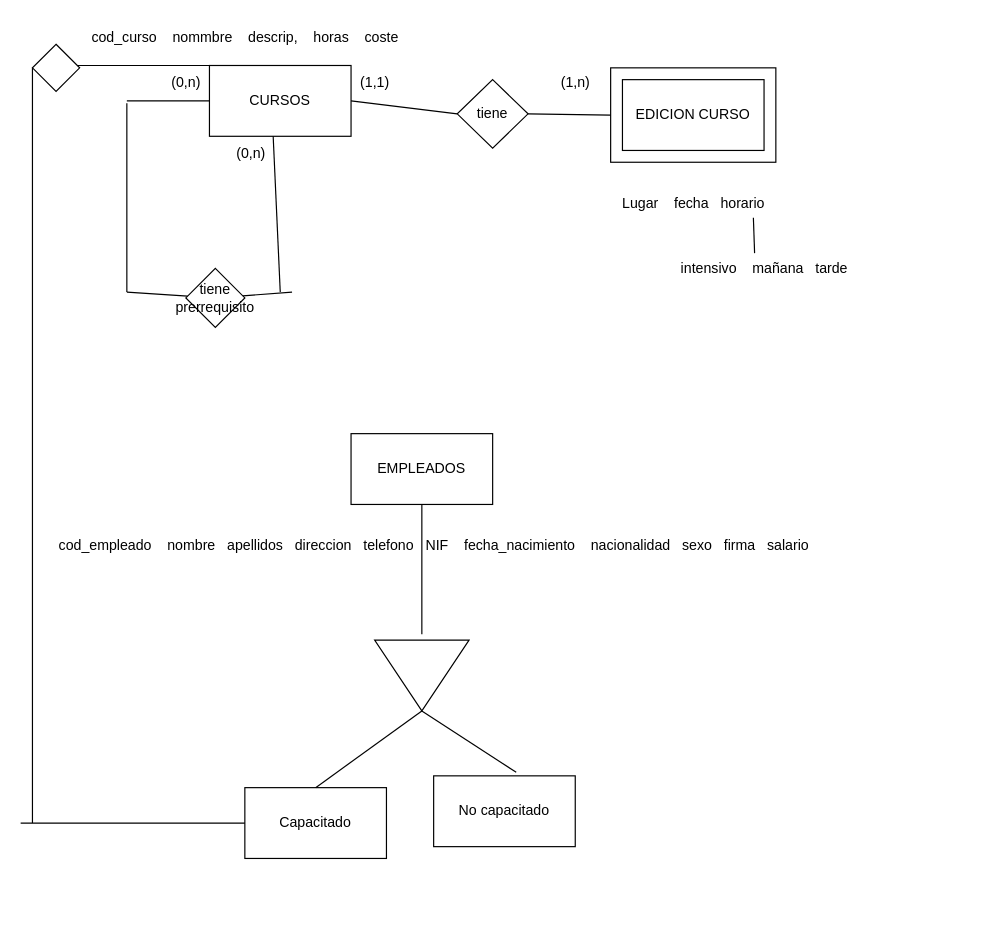
Earlier version of the draw.io diagram 2.19.drawio (rubensp2811/BBDD). Source tidied: cells renumbered, new cells numbered last; positions are measured from the earlier drawing's top-left corner, leaving out a move shared by most shapes. Both pictures are drawn from the tidied source at 118%, with x=0, y=0 at pixel (20, 20).
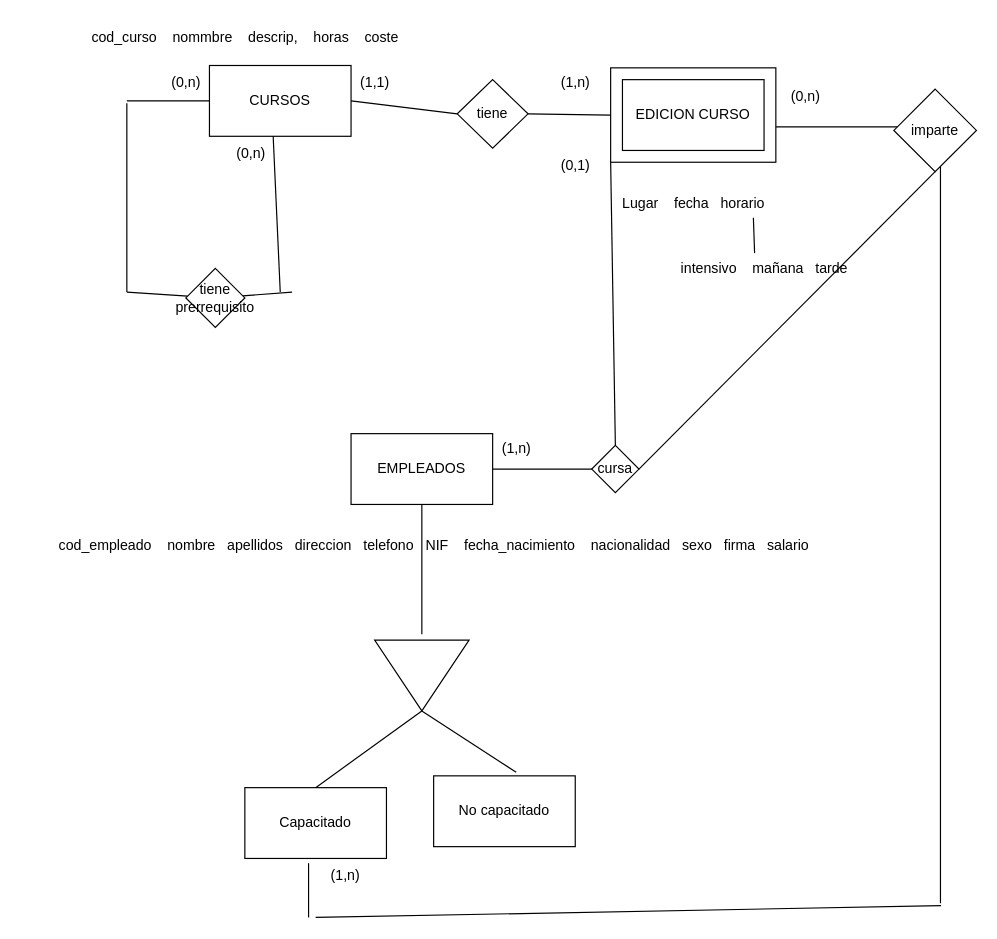
The same diagram, later.

The change refers to these unchanged cells:
```xml
<mxCell id="2" value="CURSOS" style="whiteSpace=wrap;html=1;" parent="1" vertex="1">
  <mxGeometry x="160" y="38" width="120" height="60" as="geometry" />
</mxCell>
<mxCell id="16" style="whiteSpace=wrap;html=1;fillColor=none;" parent="1" vertex="1">
  <mxGeometry x="500" y="40" width="140" height="80" as="geometry" />
</mxCell>
<mxCell id="22" value="EMPLEADOS" style="whiteSpace=wrap;html=1;" parent="1" vertex="1">
  <mxGeometry x="280" y="350" width="120" height="60" as="geometry" />
</mxCell>
<mxCell id="26" value="Capacitado" style="whiteSpace=wrap;html=1;" parent="1" vertex="1">
  <mxGeometry x="190" y="650" width="120" height="60" as="geometry" />
</mxCell>
```

Change to the diagram source:
```diff
@@
-    <mxCell id="30" style="endArrow=none;html=1;rounded=0;exitX=0;exitY=0.5;exitDx=0;exitDy=0;" parent="1" edge="1" source="26">
+    <mxCell id="30" style="endArrow=none;html=1;rounded=0;entryX=0.45;entryY=1.067;entryDx=0;entryDy=0;entryPerimeter=0;" parent="1" edge="1" target="26">
       <mxGeometry relative="1" as="geometry">
-        <mxPoint y="680" as="targetPoint" />
+        <mxPoint x="244" y="760" as="sourcePoint" />
       </mxGeometry>
     </mxCell>
     <mxCell id="31" style="endArrow=none;html=1;rounded=0;" parent="1" edge="1">
       <mxGeometry relative="1" as="geometry">
-        <mxPoint x="10" y="680" as="sourcePoint" />
-        <mxPoint x="10" y="40" as="targetPoint" />
+        <mxPoint x="779.5" y="748" as="sourcePoint" />
+        <mxPoint x="779.5" y="108" as="targetPoint" />
       </mxGeometry>
     </mxCell>
-    <mxCell id="32" style="endArrow=none;html=1;rounded=0;entryX=0;entryY=0;entryDx=0;entryDy=0;" parent="1" edge="1" target="2">
+    <mxCell id="32" style="endArrow=none;html=1;rounded=0;entryX=0;entryY=0;entryDx=0;entryDy=0;" parent="1" edge="1">
       <mxGeometry relative="1" as="geometry">
-        <mxPoint x="40" y="38" as="sourcePoint" />
+        <mxPoint x="640" y="90" as="sourcePoint" />
+        <mxPoint x="760" y="90" as="targetPoint" />
       </mxGeometry>
     </mxCell>
-    <mxCell id="33" style="rhombus;whiteSpace=wrap;html=1;" parent="1" vertex="1">
-      <mxGeometry x="10" y="20" width="40" height="40" as="geometry" />
+    <mxCell id="33" value="imparte" style="rhombus;whiteSpace=wrap;html=1;" parent="1" vertex="1">
+      <mxGeometry x="740" y="58" width="70" height="70" as="geometry" />
     </mxCell>
+    <mxCell id="34" style="endArrow=none;html=1;rounded=0;" parent="1" edge="1">
+      <mxGeometry relative="1" as="geometry">
+        <mxPoint x="250" y="760" as="sourcePoint" />
+        <mxPoint x="780" y="750" as="targetPoint" />
+      </mxGeometry>
+    </mxCell>
+    <mxCell id="35" value="(0,n)" style="text;html=1;align=center;verticalAlign=middle;strokeColor=none;fillColor=none;" parent="1" vertex="1">
+      <mxGeometry x="640" y="50" width="50" height="30" as="geometry" />
+    </mxCell>
+    <mxCell id="36" value="(1,n)" style="text;html=1;align=center;verticalAlign=middle;strokeColor=none;fillColor=none;" parent="1" vertex="1">
+      <mxGeometry x="250" y="710" width="50" height="30" as="geometry" />
+    </mxCell>
+    <mxCell id="37" style="endArrow=none;html=1;rounded=0;exitX=1;exitY=0.5;exitDx=0;exitDy=0;" parent="1" edge="1" source="22">
+      <mxGeometry relative="1" as="geometry">
+        <mxPoint x="490" y="380" as="targetPoint" />
+      </mxGeometry>
+    </mxCell>
+    <mxCell id="38" style="endArrow=none;html=1;rounded=0;entryX=0;entryY=1;entryDx=0;entryDy=0;exitX=0.5;exitY=0;exitDx=0;exitDy=0;" parent="1" edge="1" source="39" target="16">
+      <mxGeometry relative="1" as="geometry" />
+    </mxCell>
+    <mxCell id="39" value="cursa" style="rhombus;whiteSpace=wrap;html=1;" parent="1" vertex="1">
+      <mxGeometry x="484" y="360" width="40" height="40" as="geometry" />
+    </mxCell>
+    <mxCell id="40" value="(1,n)" style="text;html=1;align=center;verticalAlign=middle;strokeColor=none;fillColor=none;" parent="1" vertex="1">
+      <mxGeometry x="395" y="348" width="50" height="30" as="geometry" />
+    </mxCell>
+    <mxCell id="41" value="(0,1)" style="text;html=1;align=center;verticalAlign=middle;strokeColor=none;fillColor=none;" parent="1" vertex="1">
+      <mxGeometry x="445" y="108" width="50" height="30" as="geometry" />
+    </mxCell>
+    <mxCell id="42" style="endArrow=none;html=1;rounded=0;exitX=1;exitY=0.5;exitDx=0;exitDy=0;entryX=0.5;entryY=1;entryDx=0;entryDy=0;" parent="1" edge="1" source="39" target="33">
+      <mxGeometry relative="1" as="geometry" />
+    </mxCell>
```
